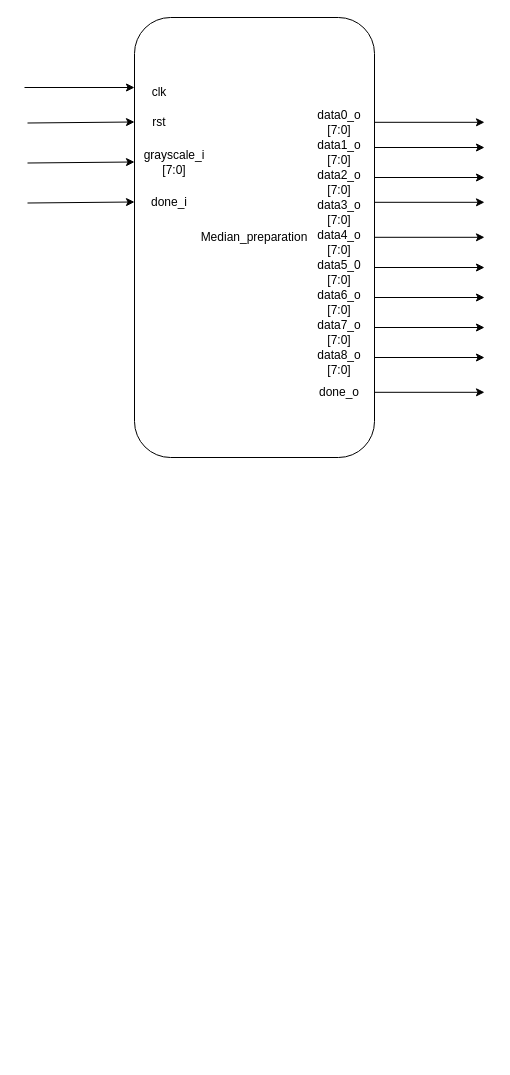
This is Sche/MedianPreparationModule/MedianPreparationModule.drawio from Hieuueihm/Thesis, a draw.io file, before an edit. Source tidied: cells renumbered, new cells numbered last; positions are measured from the earlier drawing's top-left corner, leaving out a move shared by most shapes. Both pictures are drawn from the tidied source at 100%, with x=0, y=0 at pixel (24, 17).
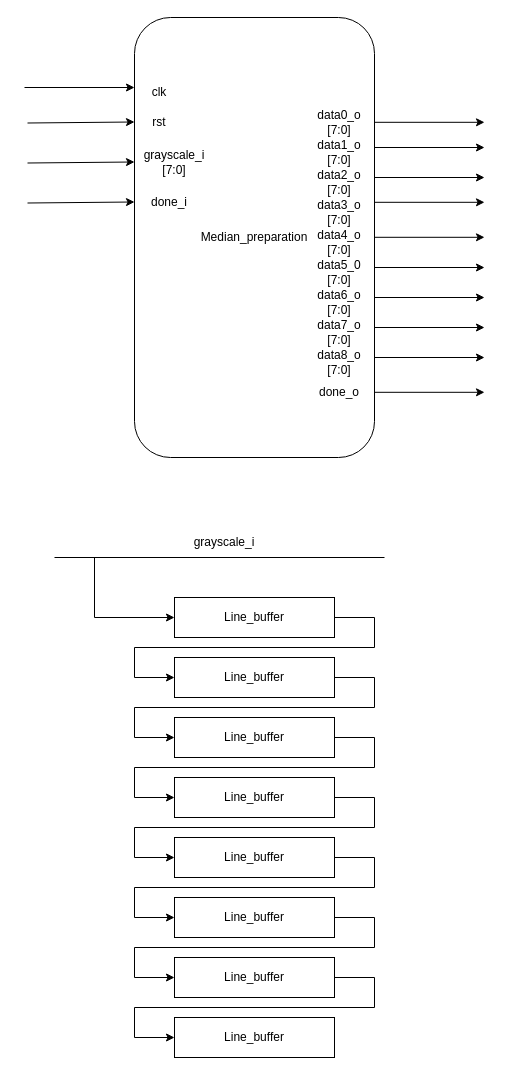
The same page after the edit.

Diff of the diagram source:
```diff
@@
+    <mxCell id="31" value="grayscale_i" style="text;html=1;align=center;verticalAlign=middle;whiteSpace=wrap;rounded=0;" parent="1" vertex="1">
+      <mxGeometry x="170" y="510" width="60" height="30" as="geometry" />
+    </mxCell>
+    <mxCell id="32" value="Line_buffer" style="rounded=0;whiteSpace=wrap;html=1;" parent="1" vertex="1">
+      <mxGeometry x="150" y="580" width="160" height="40" as="geometry" />
+    </mxCell>
+    <mxCell id="33" value="Line_buffer" style="rounded=0;whiteSpace=wrap;html=1;" parent="1" vertex="1">
+      <mxGeometry x="150" y="640" width="160" height="40" as="geometry" />
+    </mxCell>
+    <mxCell id="34" value="Line_buffer" style="rounded=0;whiteSpace=wrap;html=1;" parent="1" vertex="1">
+      <mxGeometry x="150" y="700" width="160" height="40" as="geometry" />
+    </mxCell>
+    <mxCell id="35" value="Line_buffer" style="rounded=0;whiteSpace=wrap;html=1;" parent="1" vertex="1">
+      <mxGeometry x="150" y="760" width="160" height="40" as="geometry" />
+    </mxCell>
+    <mxCell id="36" value="Line_buffer" style="rounded=0;whiteSpace=wrap;html=1;" parent="1" vertex="1">
+      <mxGeometry x="150" y="820" width="160" height="40" as="geometry" />
+    </mxCell>
+    <mxCell id="37" value="Line_buffer" style="rounded=0;whiteSpace=wrap;html=1;" parent="1" vertex="1">
+      <mxGeometry x="150" y="880" width="160" height="40" as="geometry" />
+    </mxCell>
+    <mxCell id="38" value="Line_buffer" style="rounded=0;whiteSpace=wrap;html=1;" parent="1" vertex="1">
+      <mxGeometry x="150" y="940" width="160" height="40" as="geometry" />
+    </mxCell>
+    <mxCell id="39" value="Line_buffer" style="rounded=0;whiteSpace=wrap;html=1;" parent="1" vertex="1">
+      <mxGeometry x="150" y="1000" width="160" height="40" as="geometry" />
+    </mxCell>
+    <mxCell id="40" style="endArrow=classic;html=1;rounded=0;entryX=0;entryY=0.5;entryDx=0;entryDy=0;" parent="1" edge="1" target="32">
+      <mxGeometry relative="1" as="geometry">
+        <mxPoint x="70" y="540" as="sourcePoint" />
+        <Array as="points">
+          <mxPoint x="70" y="600" />
+        </Array>
+      </mxGeometry>
+    </mxCell>
+    <mxCell id="41" style="endArrow=classic;html=1;rounded=0;exitX=1;exitY=0.5;exitDx=0;exitDy=0;entryX=0;entryY=0.5;entryDx=0;entryDy=0;" parent="1" edge="1" source="32" target="33">
+      <mxGeometry relative="1" as="geometry">
+        <Array as="points">
+          <mxPoint x="350" y="600" />
+          <mxPoint x="350" y="630" />
+          <mxPoint x="110" y="630" />
+          <mxPoint x="110" y="660" />
+        </Array>
+      </mxGeometry>
+    </mxCell>
+    <mxCell id="42" style="endArrow=classic;html=1;rounded=0;exitX=1;exitY=0.5;exitDx=0;exitDy=0;entryX=0;entryY=0.5;entryDx=0;entryDy=0;" parent="1" edge="1" source="33" target="34">
+      <mxGeometry relative="1" as="geometry">
+        <Array as="points">
+          <mxPoint x="350" y="660" />
+          <mxPoint x="350" y="690" />
+          <mxPoint x="110" y="690" />
+          <mxPoint x="110" y="720" />
+        </Array>
+      </mxGeometry>
+    </mxCell>
+    <mxCell id="43" style="endArrow=classic;html=1;rounded=0;exitX=1;exitY=0.5;exitDx=0;exitDy=0;entryX=0;entryY=0.5;entryDx=0;entryDy=0;" parent="1" edge="1">
+      <mxGeometry relative="1" as="geometry">
+        <mxPoint x="310" y="720" as="sourcePoint" />
+        <mxPoint x="150" y="780" as="targetPoint" />
+        <Array as="points">
+          <mxPoint x="350" y="720" />
+          <mxPoint x="350" y="750" />
+          <mxPoint x="110" y="750" />
+          <mxPoint x="110" y="780" />
+        </Array>
+      </mxGeometry>
+    </mxCell>
+    <mxCell id="44" style="endArrow=classic;html=1;rounded=0;exitX=1;exitY=0.5;exitDx=0;exitDy=0;entryX=0;entryY=0.5;entryDx=0;entryDy=0;" parent="1" edge="1">
+      <mxGeometry relative="1" as="geometry">
+        <mxPoint x="310" y="780" as="sourcePoint" />
+        <mxPoint x="150" y="840" as="targetPoint" />
+        <Array as="points">
+          <mxPoint x="350" y="780" />
+          <mxPoint x="350" y="810" />
+          <mxPoint x="110" y="810" />
+          <mxPoint x="110" y="840" />
+        </Array>
+      </mxGeometry>
+    </mxCell>
+    <mxCell id="45" style="endArrow=classic;html=1;rounded=0;exitX=1;exitY=0.5;exitDx=0;exitDy=0;entryX=0;entryY=0.5;entryDx=0;entryDy=0;" parent="1" edge="1">
+      <mxGeometry relative="1" as="geometry">
+        <mxPoint x="310" y="840" as="sourcePoint" />
+        <mxPoint x="150" y="900" as="targetPoint" />
+        <Array as="points">
+          <mxPoint x="350" y="840" />
+          <mxPoint x="350" y="870" />
+          <mxPoint x="110" y="870" />
+          <mxPoint x="110" y="900" />
+        </Array>
+      </mxGeometry>
+    </mxCell>
+    <mxCell id="46" style="endArrow=classic;html=1;rounded=0;exitX=1;exitY=0.5;exitDx=0;exitDy=0;entryX=0;entryY=0.5;entryDx=0;entryDy=0;" parent="1" edge="1">
+      <mxGeometry relative="1" as="geometry">
+        <mxPoint x="310" y="900" as="sourcePoint" />
+        <mxPoint x="150" y="960" as="targetPoint" />
+        <Array as="points">
+          <mxPoint x="350" y="900" />
+          <mxPoint x="350" y="930" />
+          <mxPoint x="110" y="930" />
+          <mxPoint x="110" y="960" />
+        </Array>
+      </mxGeometry>
+    </mxCell>
+    <mxCell id="47" style="endArrow=classic;html=1;rounded=0;exitX=1;exitY=0.5;exitDx=0;exitDy=0;entryX=0;entryY=0.5;entryDx=0;entryDy=0;" parent="1" edge="1">
+      <mxGeometry relative="1" as="geometry">
+        <mxPoint x="310" y="960" as="sourcePoint" />
+        <mxPoint x="150" y="1020" as="targetPoint" />
+        <Array as="points">
+          <mxPoint x="350" y="960" />
+          <mxPoint x="350" y="990" />
+          <mxPoint x="110" y="990" />
+          <mxPoint x="110" y="1020" />
+        </Array>
+      </mxGeometry>
+    </mxCell>
+    <mxCell id="48" style="endArrow=none;html=1;rounded=0;" parent="1" edge="1">
+      <mxGeometry relative="1" as="geometry">
+        <mxPoint x="30" y="540" as="sourcePoint" />
+        <mxPoint x="360" y="540" as="targetPoint" />
+      </mxGeometry>
+    </mxCell>
```
